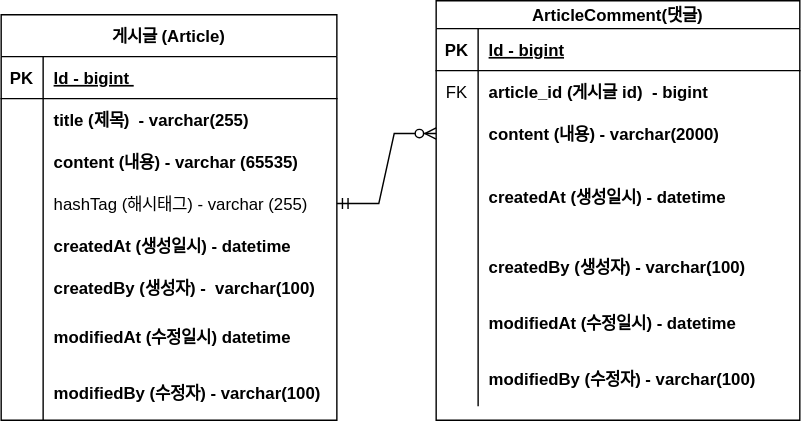
This is document/project-board-erd.svg from AndrewInSF/fastcampus-project-board, a draw.io export, as it was before one commit. Source tidied: cells renumbered, new cells last; positions are measured from the earlier drawing's top-left corner, leaving out a move shared by most shapes. Its diagram source:
```xml
<mxGraphModel>
  <root>
    <mxCell id="0" />
    <mxCell id="1" parent="0" />
    <mxCell id="2" value="게시글 (Article)" style="shape=table;startSize=30;rowLines=0;fontStyle=1;align=center;" parent="1" vertex="1">
      <mxGeometry y="10" width="240" height="290" as="geometry" />
    </mxCell>
    <mxCell id="3" style="shape=tableRow;horizontal=0;startSize=0;swimlaneHead=0;swimlaneBody=0;fillColor=none;top=0;left=0;right=0;bottom=1;" parent="2" vertex="1">
      <mxGeometry y="30" width="240" height="30" as="geometry" />
    </mxCell>
    <mxCell id="4" value="PK" style="shape=partialRectangle;fillColor=none;top=0;left=0;bottom=0;right=0;fontStyle=1;overflow=hidden;" parent="3" vertex="1">
      <mxGeometry width="30" height="30" as="geometry" />
    </mxCell>
    <mxCell id="5" value="Id - bigint " style="shape=partialRectangle;fillColor=none;top=0;left=0;bottom=0;right=0;align=left;spacingLeft=6;fontStyle=5;overflow=hidden;" parent="3" vertex="1">
      <mxGeometry x="30" width="210" height="30" as="geometry" />
    </mxCell>
    <mxCell id="6" style="shape=tableRow;horizontal=0;startSize=0;swimlaneHead=0;swimlaneBody=0;fillColor=none;top=0;left=0;right=0;bottom=0;" parent="2" vertex="1">
      <mxGeometry y="60" width="240" height="30" as="geometry" />
    </mxCell>
    <mxCell id="7" style="shape=partialRectangle;fillColor=none;top=0;left=0;bottom=0;right=0;overflow=hidden;" parent="6" vertex="1">
      <mxGeometry width="30" height="30" as="geometry" />
    </mxCell>
    <mxCell id="8" value="title (제목)  - varchar(255)" style="shape=partialRectangle;fillColor=none;top=0;left=0;bottom=0;right=0;align=left;spacingLeft=6;overflow=hidden;fontStyle=1;" parent="6" vertex="1">
      <mxGeometry x="30" width="210" height="30" as="geometry" />
    </mxCell>
    <mxCell id="9" style="shape=tableRow;horizontal=0;startSize=0;swimlaneHead=0;swimlaneBody=0;fillColor=none;top=0;left=0;right=0;bottom=0;" parent="2" vertex="1">
      <mxGeometry y="90" width="240" height="30" as="geometry" />
    </mxCell>
    <mxCell id="10" style="shape=partialRectangle;fillColor=none;top=0;left=0;bottom=0;right=0;overflow=hidden;" parent="9" vertex="1">
      <mxGeometry width="30" height="30" as="geometry" />
    </mxCell>
    <mxCell id="11" value="content (내용) - varchar (65535)" style="shape=partialRectangle;fillColor=none;top=0;left=0;bottom=0;right=0;align=left;spacingLeft=6;overflow=hidden;fontStyle=1;" parent="9" vertex="1">
      <mxGeometry x="30" width="210" height="30" as="geometry" />
    </mxCell>
    <mxCell id="12" style="shape=tableRow;horizontal=0;startSize=0;swimlaneHead=0;swimlaneBody=0;fillColor=none;points=[[0,0.5],[1,0.5]];portConstraint=eastwest;top=0;left=0;right=0;bottom=0;" parent="2" vertex="1">
      <mxGeometry y="120" width="240" height="30" as="geometry" />
    </mxCell>
    <mxCell id="13" style="shape=partialRectangle;fillColor=none;top=0;left=0;bottom=0;right=0;overflow=hidden;" parent="12" vertex="1">
      <mxGeometry width="30" height="30" as="geometry" />
    </mxCell>
    <mxCell id="14" value="hashTag (해시태그) - varchar (255)" style="shape=partialRectangle;fillColor=none;top=0;left=0;bottom=0;right=0;align=left;spacingLeft=6;overflow=hidden;" parent="12" vertex="1">
      <mxGeometry x="30" width="210" height="30" as="geometry" />
    </mxCell>
    <mxCell id="15" style="shape=tableRow;horizontal=0;startSize=0;swimlaneHead=0;swimlaneBody=0;fillColor=none;top=0;left=0;right=0;bottom=0;" parent="2" vertex="1">
      <mxGeometry y="150" width="240" height="30" as="geometry" />
    </mxCell>
    <mxCell id="16" style="shape=partialRectangle;fillColor=none;top=0;left=0;bottom=0;right=0;overflow=hidden;" parent="15" vertex="1">
      <mxGeometry width="30" height="30" as="geometry" />
    </mxCell>
    <mxCell id="17" value="createdAt (생성일시) - datetime" style="shape=partialRectangle;fillColor=none;top=0;left=0;bottom=0;right=0;align=left;spacingLeft=6;overflow=hidden;fontStyle=1;" parent="15" vertex="1">
      <mxGeometry x="30" width="210" height="30" as="geometry" />
    </mxCell>
    <mxCell id="18" style="shape=tableRow;horizontal=0;startSize=0;swimlaneHead=0;swimlaneBody=0;fillColor=none;top=0;left=0;right=0;bottom=0;" parent="2" vertex="1">
      <mxGeometry y="180" width="240" height="30" as="geometry" />
    </mxCell>
    <mxCell id="19" style="shape=partialRectangle;fillColor=none;top=0;left=0;bottom=0;right=0;overflow=hidden;" parent="18" vertex="1">
      <mxGeometry width="30" height="30" as="geometry" />
    </mxCell>
    <mxCell id="20" value="createdBy (생성자) -  varchar(100)" style="shape=partialRectangle;fillColor=none;top=0;left=0;bottom=0;right=0;align=left;spacingLeft=6;overflow=hidden;fontStyle=1;" parent="18" vertex="1">
      <mxGeometry x="30" width="210" height="30" as="geometry" />
    </mxCell>
    <mxCell id="21" style="shape=tableRow;horizontal=0;startSize=0;swimlaneHead=0;swimlaneBody=0;fillColor=none;top=0;left=0;right=0;bottom=0;" parent="2" vertex="1">
      <mxGeometry y="210" width="240" height="40" as="geometry" />
    </mxCell>
    <mxCell id="22" style="shape=partialRectangle;fillColor=none;top=0;left=0;bottom=0;right=0;overflow=hidden;" parent="21" vertex="1">
      <mxGeometry width="30" height="40" as="geometry" />
    </mxCell>
    <mxCell id="23" value="modifiedAt (수정일시) datetime" style="shape=partialRectangle;fillColor=none;top=0;left=0;bottom=0;right=0;align=left;spacingLeft=6;overflow=hidden;fontStyle=1;" parent="21" vertex="1">
      <mxGeometry x="30" width="210" height="40" as="geometry" />
    </mxCell>
    <mxCell id="24" style="shape=tableRow;horizontal=0;startSize=0;swimlaneHead=0;swimlaneBody=0;fillColor=none;top=0;left=0;right=0;bottom=0;" parent="2" vertex="1">
      <mxGeometry y="250" width="240" height="40" as="geometry" />
    </mxCell>
    <mxCell id="25" style="shape=partialRectangle;fillColor=none;top=0;left=0;bottom=0;right=0;overflow=hidden;" parent="24" vertex="1">
      <mxGeometry width="30" height="40" as="geometry" />
    </mxCell>
    <mxCell id="26" value="modifiedBy (수정자) - varchar(100)" style="shape=partialRectangle;fillColor=none;top=0;left=0;bottom=0;right=0;align=left;spacingLeft=6;overflow=hidden;fontStyle=1;" parent="24" vertex="1">
      <mxGeometry x="30" width="210" height="40" as="geometry" />
    </mxCell>
    <mxCell id="27" value="ArticleComment(댓글)" style="shape=table;startSize=20;rowLines=0;fontStyle=1;align=center;" parent="1" vertex="1">
      <mxGeometry x="311" width="260" height="300" as="geometry" />
    </mxCell>
    <mxCell id="28" style="shape=tableRow;horizontal=0;startSize=0;swimlaneHead=0;swimlaneBody=0;fillColor=none;top=0;left=0;right=0;bottom=1;" parent="27" vertex="1">
      <mxGeometry y="20" width="260" height="30" as="geometry" />
    </mxCell>
    <mxCell id="29" value="PK" style="shape=partialRectangle;fillColor=none;top=0;left=0;bottom=0;right=0;fontStyle=1;overflow=hidden;" parent="28" vertex="1">
      <mxGeometry width="30" height="30" as="geometry" />
    </mxCell>
    <mxCell id="30" value="Id - bigint" style="shape=partialRectangle;fillColor=none;top=0;left=0;bottom=0;right=0;align=left;spacingLeft=6;fontStyle=5;overflow=hidden;" parent="28" vertex="1">
      <mxGeometry x="30" width="230" height="30" as="geometry" />
    </mxCell>
    <mxCell id="31" style="shape=tableRow;horizontal=0;startSize=0;swimlaneHead=0;swimlaneBody=0;fillColor=none;top=0;left=0;right=0;bottom=0;" parent="27" vertex="1">
      <mxGeometry y="50" width="260" height="30" as="geometry" />
    </mxCell>
    <mxCell id="32" value="FK" style="shape=partialRectangle;fillColor=none;top=0;left=0;bottom=0;right=0;overflow=hidden;" parent="31" vertex="1">
      <mxGeometry width="30" height="30" as="geometry" />
    </mxCell>
    <mxCell id="33" value="article_id (게시글 id)  - bigint" style="shape=partialRectangle;fillColor=none;top=0;left=0;bottom=0;right=0;align=left;spacingLeft=6;overflow=hidden;fontStyle=1;" parent="31" vertex="1">
      <mxGeometry x="30" width="230" height="30" as="geometry" />
    </mxCell>
    <mxCell id="34" style="shape=tableRow;horizontal=0;startSize=0;swimlaneHead=0;swimlaneBody=0;fillColor=none;points=[[0,0.5],[1,0.5]];portConstraint=eastwest;top=0;left=0;right=0;bottom=0;" parent="27" vertex="1">
      <mxGeometry y="80" width="260" height="30" as="geometry" />
    </mxCell>
    <mxCell id="35" style="shape=partialRectangle;fillColor=none;top=0;left=0;bottom=0;right=0;overflow=hidden;" parent="34" vertex="1">
      <mxGeometry width="30" height="30" as="geometry" />
    </mxCell>
    <mxCell id="36" value="content (내용) - varchar(2000)" style="shape=partialRectangle;fillColor=none;top=0;left=0;bottom=0;right=0;align=left;spacingLeft=6;overflow=hidden;fontStyle=1;" parent="34" vertex="1">
      <mxGeometry x="30" width="230" height="30" as="geometry" />
    </mxCell>
    <mxCell id="37" style="shape=tableRow;horizontal=0;startSize=0;swimlaneHead=0;swimlaneBody=0;fillColor=none;top=0;left=0;right=0;bottom=0;" parent="27" vertex="1">
      <mxGeometry y="110" width="260" height="60" as="geometry" />
    </mxCell>
    <mxCell id="38" style="shape=partialRectangle;fillColor=none;top=0;left=0;bottom=0;right=0;overflow=hidden;" parent="37" vertex="1">
      <mxGeometry width="30" height="60" as="geometry" />
    </mxCell>
    <mxCell id="39" value="createdAt (생성일시) - datetime" style="shape=partialRectangle;fillColor=none;top=0;left=0;bottom=0;right=0;align=left;spacingLeft=6;overflow=hidden;fontStyle=1;" parent="37" vertex="1">
      <mxGeometry x="30" width="230" height="60" as="geometry" />
    </mxCell>
    <mxCell id="40" style="shape=tableRow;horizontal=0;startSize=0;swimlaneHead=0;swimlaneBody=0;fillColor=none;top=0;left=0;right=0;bottom=0;" parent="27" vertex="1">
      <mxGeometry y="170" width="260" height="40" as="geometry" />
    </mxCell>
    <mxCell id="41" style="shape=partialRectangle;fillColor=none;top=0;left=0;bottom=0;right=0;overflow=hidden;" parent="40" vertex="1">
      <mxGeometry width="30" height="40" as="geometry" />
    </mxCell>
    <mxCell id="42" value="createdBy (생성자) - varchar(100)" style="shape=partialRectangle;fillColor=none;top=0;left=0;bottom=0;right=0;align=left;spacingLeft=6;overflow=hidden;fontStyle=1;" parent="40" vertex="1">
      <mxGeometry x="30" width="230" height="40" as="geometry" />
    </mxCell>
    <mxCell id="43" style="shape=tableRow;horizontal=0;startSize=0;swimlaneHead=0;swimlaneBody=0;fillColor=none;top=0;left=0;right=0;bottom=0;" parent="27" vertex="1">
      <mxGeometry y="210" width="260" height="40" as="geometry" />
    </mxCell>
    <mxCell id="44" style="shape=partialRectangle;fillColor=none;top=0;left=0;bottom=0;right=0;overflow=hidden;" parent="43" vertex="1">
      <mxGeometry width="30" height="40" as="geometry" />
    </mxCell>
    <mxCell id="45" value="modifiedAt (수정일시) - datetime" style="shape=partialRectangle;fillColor=none;top=0;left=0;bottom=0;right=0;align=left;spacingLeft=6;overflow=hidden;fontStyle=1;" parent="43" vertex="1">
      <mxGeometry x="30" width="230" height="40" as="geometry" />
    </mxCell>
    <mxCell id="46" style="shape=tableRow;horizontal=0;startSize=0;swimlaneHead=0;swimlaneBody=0;fillColor=none;top=0;left=0;right=0;bottom=0;" parent="27" vertex="1">
      <mxGeometry y="250" width="260" height="40" as="geometry" />
    </mxCell>
    <mxCell id="47" style="shape=partialRectangle;fillColor=none;top=0;left=0;bottom=0;right=0;overflow=hidden;" parent="46" vertex="1">
      <mxGeometry width="30" height="40" as="geometry" />
    </mxCell>
    <mxCell id="48" value="modifiedBy (수정자) - varchar(100)" style="shape=partialRectangle;fillColor=none;top=0;left=0;bottom=0;right=0;align=left;spacingLeft=6;overflow=hidden;fontStyle=1;" parent="46" vertex="1">
      <mxGeometry x="30" width="230" height="40" as="geometry" />
    </mxCell>
    <mxCell id="49" style="edgeStyle=entityRelationEdgeStyle;fontSize=12;html=1;endArrow=ERzeroToMany;startArrow=ERmandOne;rounded=0;exitX=1;exitY=0.5;exitDx=0;exitDy=0;entryX=0;entryY=0.5;entryDx=0;entryDy=0;" parent="1" edge="1" source="12" target="34">
      <mxGeometry relative="1" as="geometry" />
    </mxCell>
  </root>
</mxGraphModel>
```
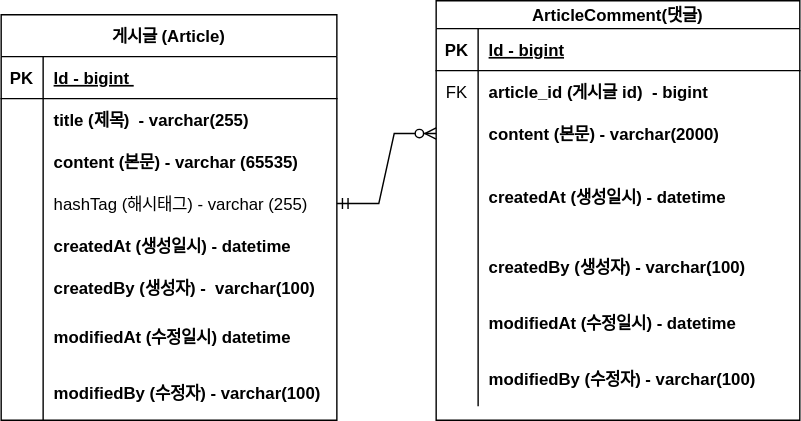
The same file after the commit.

Commit message:
#8 - domain - project-board-erd.svg 업데이트

The edit, as a diff of the source:
```diff
@@ -29,7 +29,7 @@
     <mxCell id="10" style="shape=partialRectangle;fillColor=none;top=0;left=0;bottom=0;right=0;overflow=hidden;" parent="9" vertex="1">
       <mxGeometry width="30" height="30" as="geometry" />
     </mxCell>
-    <mxCell id="11" value="content (내용) - varchar (65535)" style="shape=partialRectangle;fillColor=none;top=0;left=0;bottom=0;right=0;align=left;spacingLeft=6;overflow=hidden;fontStyle=1;" parent="9" vertex="1">
+    <mxCell id="11" value="content (본문) - varchar (65535)" style="shape=partialRectangle;fillColor=none;top=0;left=0;bottom=0;right=0;align=left;spacingLeft=6;overflow=hidden;fontStyle=1;" parent="9" vertex="1">
       <mxGeometry x="30" width="210" height="30" as="geometry" />
     </mxCell>
     <mxCell id="12" style="shape=tableRow;horizontal=0;startSize=0;swimlaneHead=0;swimlaneBody=0;fillColor=none;points=[[0,0.5],[1,0.5]];portConstraint=eastwest;top=0;left=0;right=0;bottom=0;" parent="2" vertex="1">
@@ -104,7 +104,7 @@
     <mxCell id="35" style="shape=partialRectangle;fillColor=none;top=0;left=0;bottom=0;right=0;overflow=hidden;" parent="34" vertex="1">
       <mxGeometry width="30" height="30" as="geometry" />
     </mxCell>
-    <mxCell id="36" value="content (내용) - varchar(2000)" style="shape=partialRectangle;fillColor=none;top=0;left=0;bottom=0;right=0;align=left;spacingLeft=6;overflow=hidden;fontStyle=1;" parent="34" vertex="1">
+    <mxCell id="36" value="content (본문) - varchar(2000)" style="shape=partialRectangle;fillColor=none;top=0;left=0;bottom=0;right=0;align=left;spacingLeft=6;overflow=hidden;fontStyle=1;" parent="34" vertex="1">
       <mxGeometry x="30" width="230" height="30" as="geometry" />
     </mxCell>
     <mxCell id="37" style="shape=tableRow;horizontal=0;startSize=0;swimlaneHead=0;swimlaneBody=0;fillColor=none;top=0;left=0;right=0;bottom=0;" parent="27" vertex="1">
```
